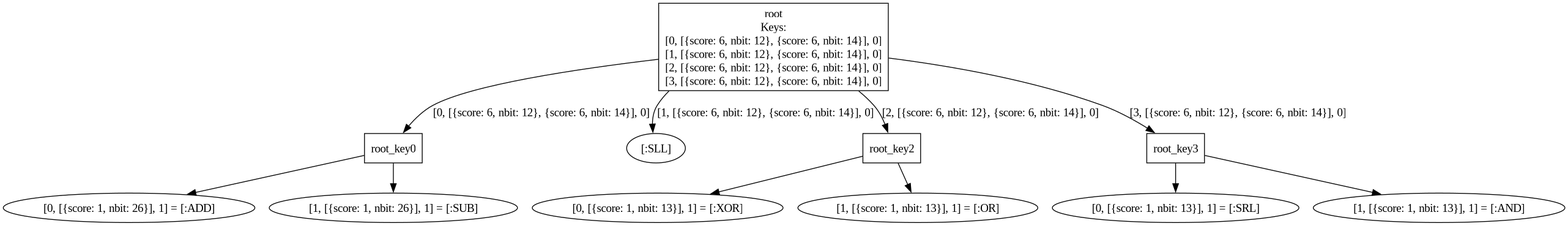
The Graphviz diagram dot/tree.png in Barkir/ProtDSL, before a commit. Its source is kept beside it as dot/tree.dot.
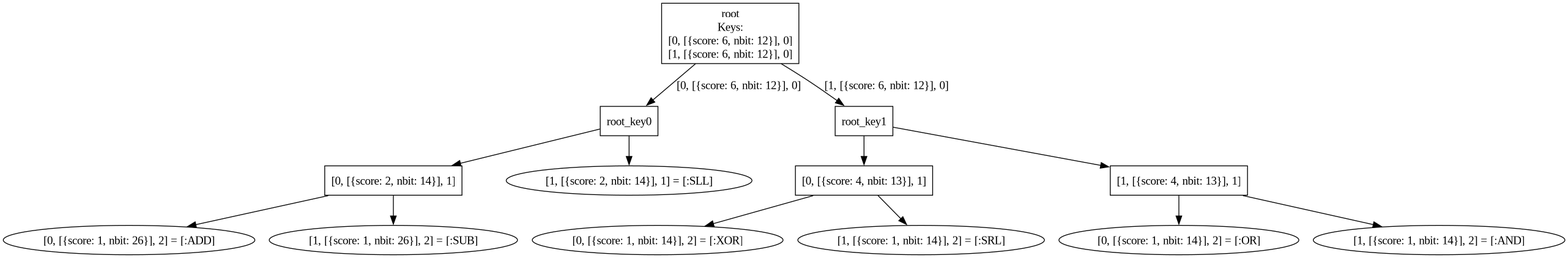
The same diagram one commit later.

Commit message:
Fixed issue with wrong multi-level decoder tree behaviour

Diff of the diagram source:
```diff
@@ -1,21 +1,26 @@
 digraph {
   node [shape=box];
-  root [label="root\nKeys:\n[0, [{score: 6, nbit: 12}, {score: 6, nbit: 14}], 0]\n[1, [{score: 6, nbit: 12}, {score: 6, nbit: 14}], 0]\n[2, [{score: 6, nbit: 12}, {score: 6, nbit: 14}], 0]\n[3, [{score: 6, nbit: 12}, {score: 6, nbit: 14}], 0]"];
-  root -> root_key0 [label="[0, [{score: 6, nbit: 12}, {score: 6, nbit: 14}], 0]"];
-  root_key0_0 [label="[0, [{score: 1, nbit: 26}], 1] = [:ADD]", shape=ellipse];
+  root [label="root\nKeys:\n[0, [{score: 6, nbit: 12}], 0]\n[1, [{score: 6, nbit: 12}], 0]"];
+  root -> root_key0 [label="[0, [{score: 6, nbit: 12}], 0]"];
+  root_key0_0 [label="[0, [{score: 2, nbit: 14}], 1]"];
   root_key0 -> root_key0_0;
-  root_key0_1 [label="[1, [{score: 1, nbit: 26}], 1] = [:SUB]", shape=ellipse];
+  root_key0_0_0 [label="[0, [{score: 1, nbit: 26}], 2] = [:ADD]", shape=ellipse];
+  root_key0_0 -> root_key0_0_0;
+  root_key0_0_1 [label="[1, [{score: 1, nbit: 26}], 2] = [:SUB]", shape=ellipse];
+  root_key0_0 -> root_key0_0_1;
+  root_key0_1 [label="[1, [{score: 2, nbit: 14}], 1] = [:SLL]", shape=ellipse];
   root_key0 -> root_key0_1;
-  root -> root_key1 [label="[1, [{score: 6, nbit: 12}, {score: 6, nbit: 14}], 0]"];
-  root_key1 [label="[:SLL]", shape=ellipse];
-  root -> root_key2 [label="[2, [{score: 6, nbit: 12}, {score: 6, nbit: 14}], 0]"];
-  root_key2_0 [label="[0, [{score: 1, nbit: 13}], 1] = [:XOR]", shape=ellipse];
-  root_key2 -> root_key2_0;
-  root_key2_1 [label="[1, [{score: 1, nbit: 13}], 1] = [:OR]", shape=ellipse];
-  root_key2 -> root_key2_1;
-  root -> root_key3 [label="[3, [{score: 6, nbit: 12}, {score: 6, nbit: 14}], 0]"];
-  root_key3_0 [label="[0, [{score: 1, nbit: 13}], 1] = [:SRL]", shape=ellipse];
-  root_key3 -> root_key3_0;
-  root_key3_1 [label="[1, [{score: 1, nbit: 13}], 1] = [:AND]", shape=ellipse];
-  root_key3 -> root_key3_1;
+  root -> root_key1 [label="[1, [{score: 6, nbit: 12}], 0]"];
+  root_key1_0 [label="[0, [{score: 4, nbit: 13}], 1]"];
+  root_key1 -> root_key1_0;
+  root_key1_0_0 [label="[0, [{score: 1, nbit: 14}], 2] = [:XOR]", shape=ellipse];
+  root_key1_0 -> root_key1_0_0;
+  root_key1_0_1 [label="[1, [{score: 1, nbit: 14}], 2] = [:SRL]", shape=ellipse];
+  root_key1_0 -> root_key1_0_1;
+  root_key1_1 [label="[1, [{score: 4, nbit: 13}], 1]"];
+  root_key1 -> root_key1_1;
+  root_key1_1_0 [label="[0, [{score: 1, nbit: 14}], 2] = [:OR]", shape=ellipse];
+  root_key1_1 -> root_key1_1_0;
+  root_key1_1_1 [label="[1, [{score: 1, nbit: 14}], 2] = [:AND]", shape=ellipse];
+  root_key1_1 -> root_key1_1_1;
 }
```
